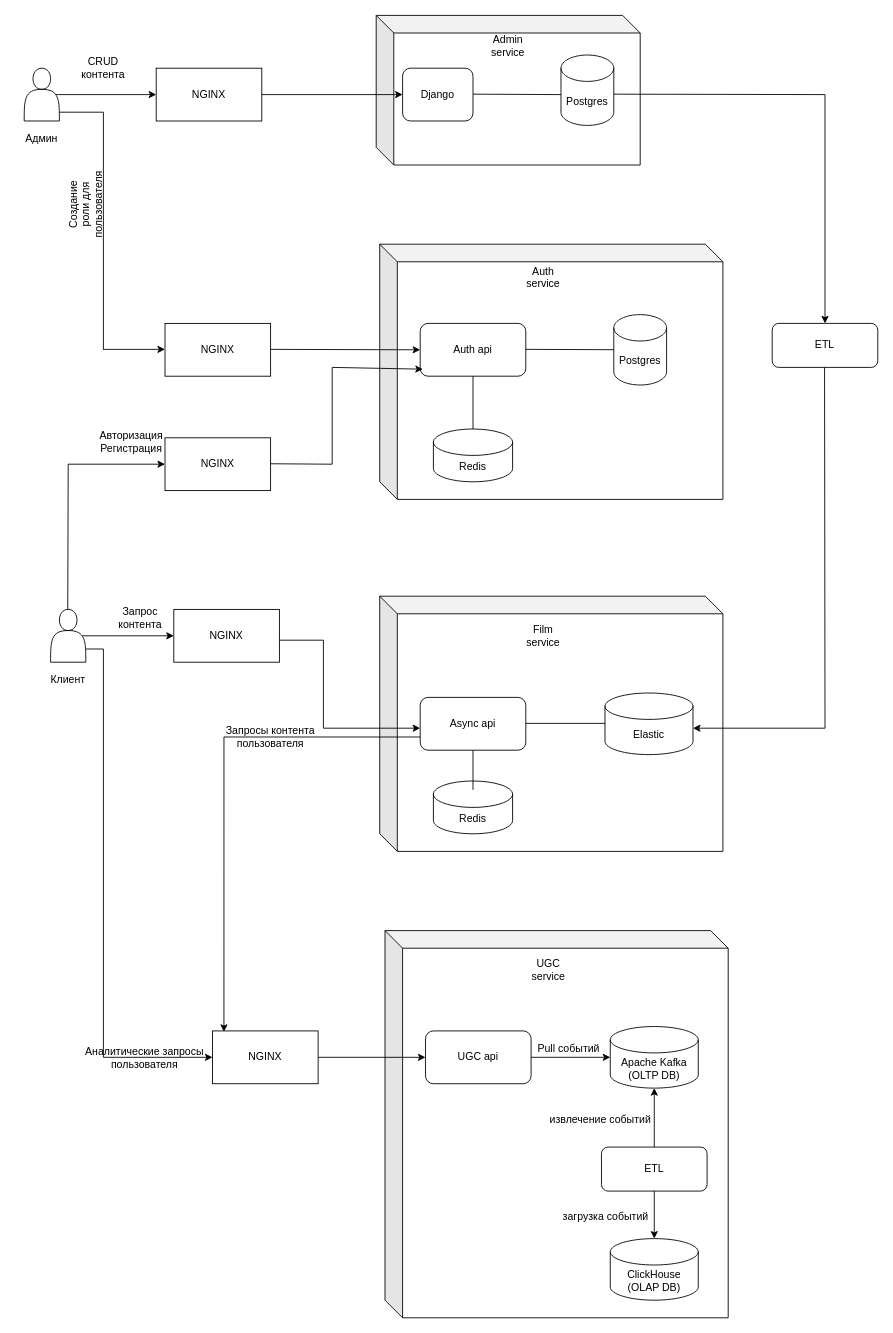
Earlier version of the draw.io diagram architecture/TO_BE_architecture.drawio (Germanio10/ugc_sprint_1). Source tidied: cells renumbered, new cells numbered last; positions are measured from the earlier drawing's top-left corner, leaving out a move shared by most shapes. Both pictures are drawn from the tidied source at 88%, with x=0, y=0 at pixel (15, 15).
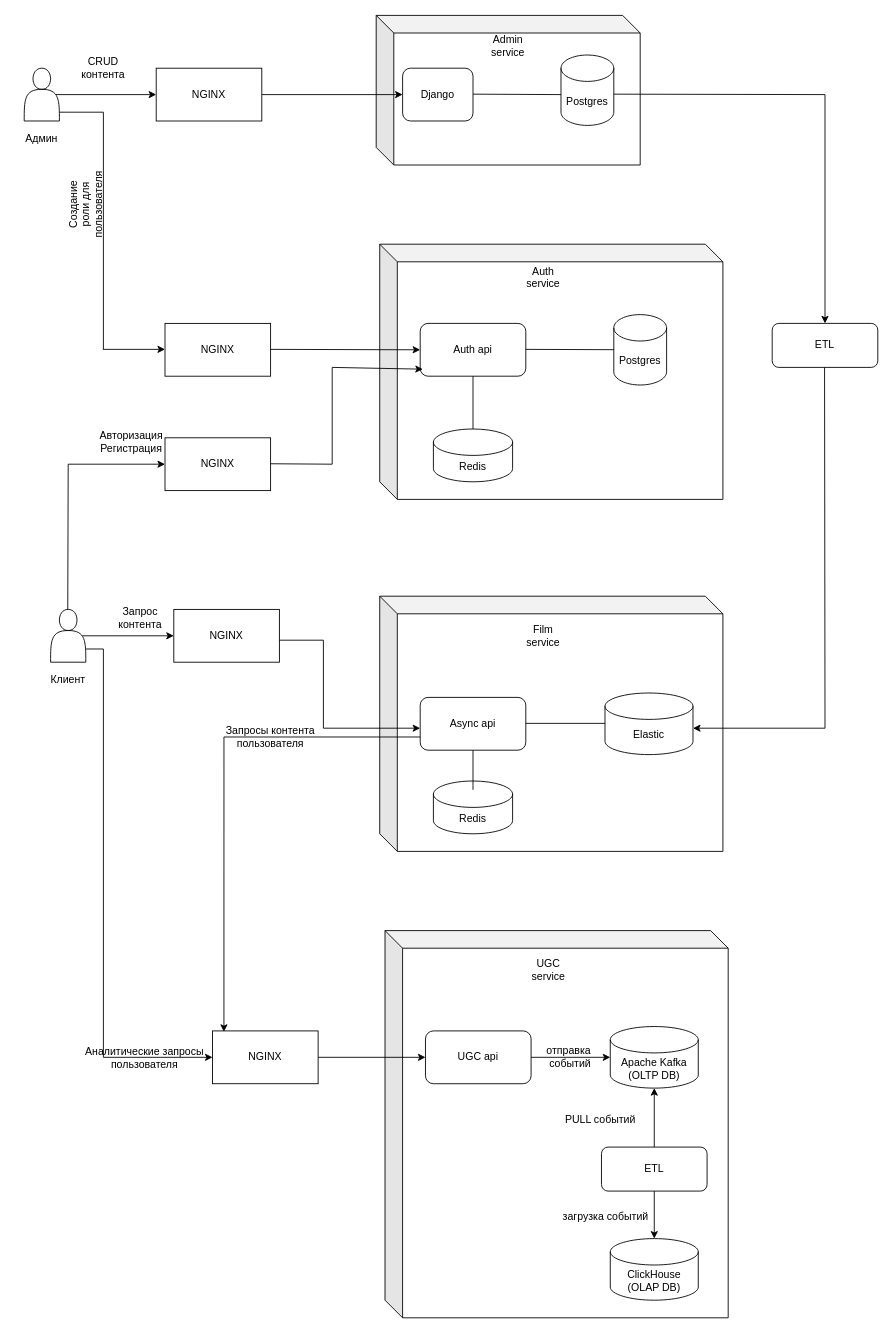
Above is the later version.

Commit message (it also covers changes not shown here):
изм PULL событий

What changed in the source:
```diff
@@
-    <mxCell id="68" value="Pull событий" style="text;strokeColor=none;align=center;fillColor=none;html=1;verticalAlign=middle;whiteSpace=wrap;rounded=0;" parent="1" vertex="1">
-      <mxGeometry x="560" y="1159" width="138" height="29" as="geometry" />
+    <mxCell id="68" value="отправка&lt;div&gt;&amp;nbsp;событий&lt;/div&gt;" style="text;strokeColor=none;align=center;fillColor=none;html=1;verticalAlign=middle;whiteSpace=wrap;rounded=0;" parent="1" vertex="1">
+      <mxGeometry x="560" y="1169" width="138" height="29" as="geometry" />
     </mxCell>
-    <mxCell id="69" value="извлечение событий" style="text;strokeColor=none;align=center;fillColor=none;html=1;verticalAlign=middle;whiteSpace=wrap;rounded=0;" parent="1" vertex="1">
+    <mxCell id="69" value="PULL событий" style="text;strokeColor=none;align=center;fillColor=none;html=1;verticalAlign=middle;whiteSpace=wrap;rounded=0;" parent="1" vertex="1">
       <mxGeometry x="596" y="1240" width="138" height="29" as="geometry" />
     </mxCell>
```
